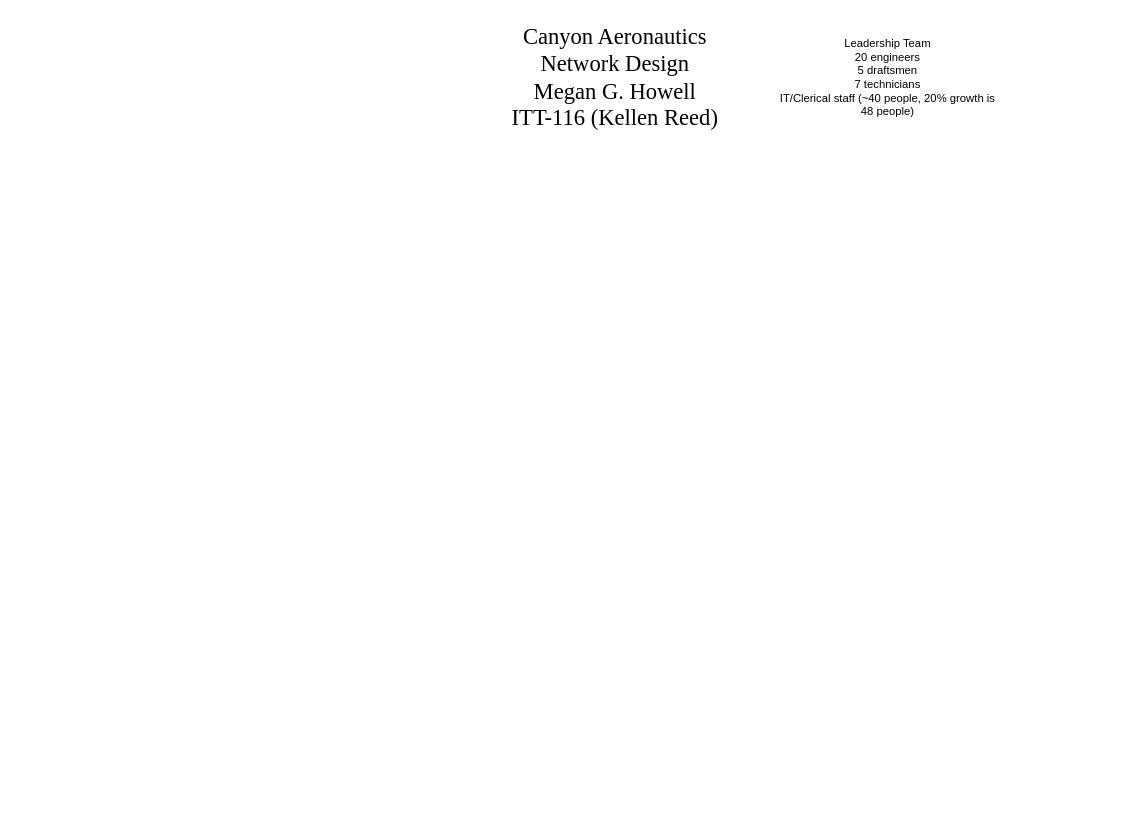
Before: netdiagrams/Untitled Diagram.drawio in cyberqueenmeg/itt-116, a draw.io diagram. Source tidied: cells renumbered, new cells numbered last; positions are measured from the earlier drawing's top-left corner, leaving out a move shared by most shapes. Both pictures are drawn from the tidied source at 94%, with x=0, y=0 at pixel (483, 54).
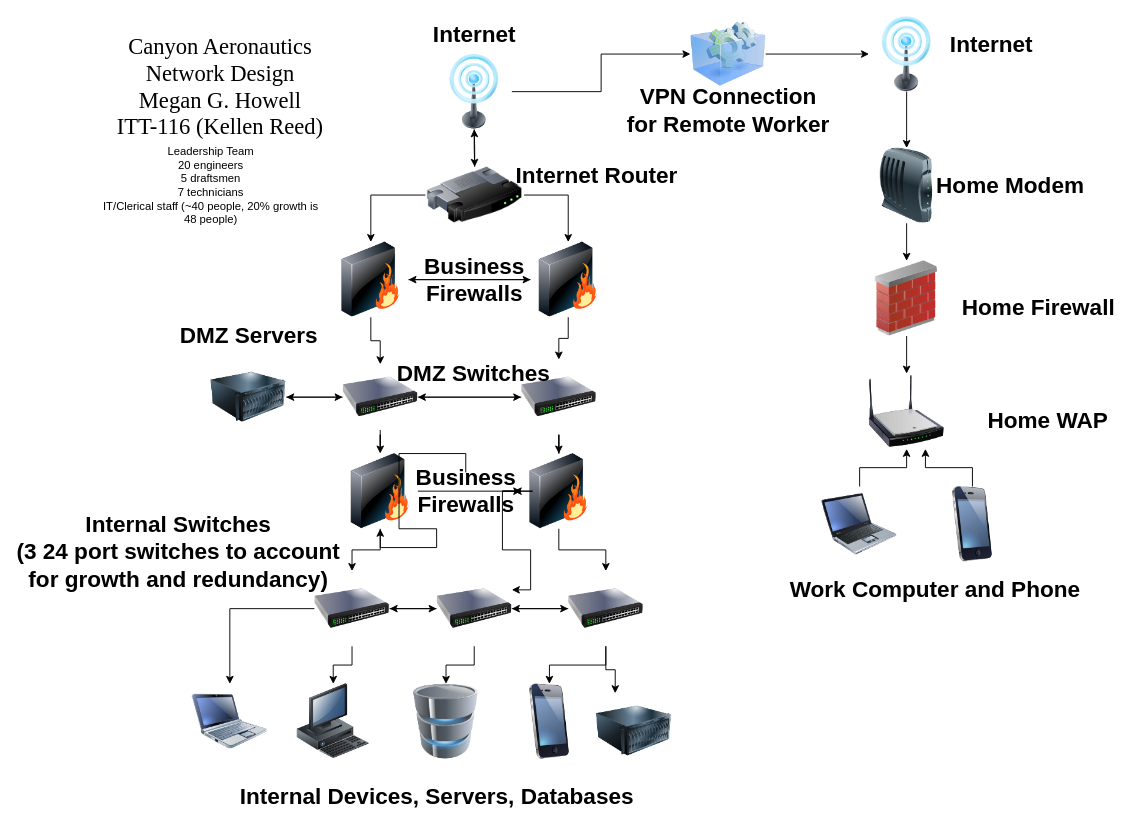
Above is the later version.

What changed in the source:
```diff
@@
     <mxCell id="2" value="&lt;font style=&quot;font-size: 24px;&quot; face=&quot;Times New Roman&quot;&gt;Canyon Aeronautics Network Design&lt;br&gt;Megan G. Howell&lt;br&gt;ITT-116 (Kellen Reed)&lt;/font&gt;" style="text;html=1;strokeColor=none;fillColor=none;align=center;verticalAlign=middle;whiteSpace=wrap;rounded=0;" parent="1" vertex="1">
-      <mxGeometry width="280" height="50" as="geometry" />
+      <mxGeometry x="-420" y="10" width="280" height="50" as="geometry" />
     </mxCell>
     <mxCell id="3" value="Leadership Team&lt;br&gt;20 engineers&lt;br&gt;5 draftsmen&lt;br&gt;7 technicians&lt;br&gt;IT/Clerical staff (~40 people, 20% growth is 48 people)" style="text;html=1;strokeColor=none;fillColor=none;align=center;verticalAlign=middle;whiteSpace=wrap;rounded=0;" parent="1" vertex="1">
-      <mxGeometry x="310" y="10" width="240" height="30" as="geometry" />
+      <mxGeometry x="-410" y="125" width="240" height="30" as="geometry" />
     </mxCell>
+    <mxCell id="4" style="edgeStyle=orthogonalEdgeStyle;rounded=0;jettySize=auto;html=1;entryX=0.5;entryY=1;entryDx=0;entryDy=0;" parent="1" edge="1" source="7" target="22">
+      <mxGeometry relative="1" as="geometry" />
+    </mxCell>
+    <mxCell id="5" style="edgeStyle=orthogonalEdgeStyle;rounded=0;jettySize=auto;html=1;entryX=0.5;entryY=0;entryDx=0;entryDy=0;" parent="1" edge="1" source="7" target="25">
+      <mxGeometry relative="1" as="geometry" />
+    </mxCell>
+    <mxCell id="6" style="edgeStyle=orthogonalEdgeStyle;rounded=0;jettySize=auto;html=1;" parent="1" edge="1" source="7" target="58">
+      <mxGeometry relative="1" as="geometry" />
+    </mxCell>
+    <mxCell id="7" style="image;html=1;image=img/lib/clip_art/networking/Router_128x128.png;" parent="1" vertex="1">
+      <mxGeometry x="-62" y="120" width="105" height="60" as="geometry" />
+    </mxCell>
+    <mxCell id="8" style="edgeStyle=orthogonalEdgeStyle;rounded=0;jettySize=auto;html=1;" parent="1" edge="1" source="11" target="29">
+      <mxGeometry relative="1" as="geometry" />
+    </mxCell>
+    <mxCell id="9" style="edgeStyle=orthogonalEdgeStyle;rounded=0;jettySize=auto;html=1;" parent="1" edge="1" source="11" target="48">
+      <mxGeometry relative="1" as="geometry" />
+    </mxCell>
+    <mxCell id="10" style="edgeStyle=orthogonalEdgeStyle;rounded=0;jettySize=auto;html=1;" parent="1" edge="1" source="11" target="49">
+      <mxGeometry relative="1" as="geometry" />
+    </mxCell>
+    <mxCell id="11" style="image;html=1;image=img/lib/clip_art/networking/Switch_128x128.png;" parent="1" vertex="1">
+      <mxGeometry x="-180" y="550" width="80" height="80" as="geometry" />
+    </mxCell>
+    <mxCell id="12" style="edgeStyle=orthogonalEdgeStyle;rounded=0;jettySize=auto;html=1;entryX=0.25;entryY=0;entryDx=0;entryDy=0;" parent="1" edge="1" source="15" target="52">
+      <mxGeometry relative="1" as="geometry" />
+    </mxCell>
+    <mxCell id="13" style="edgeStyle=orthogonalEdgeStyle;rounded=0;jettySize=auto;html=1;" parent="1" edge="1" source="15" target="29">
+      <mxGeometry relative="1" as="geometry" />
+    </mxCell>
+    <mxCell id="14" style="edgeStyle=orthogonalEdgeStyle;rounded=0;jettySize=auto;html=1;" parent="1" edge="1" source="15" target="51">
+      <mxGeometry relative="1" as="geometry" />
+    </mxCell>
+    <mxCell id="15" style="image;html=1;image=img/lib/clip_art/networking/Switch_128x128.png;" parent="1" vertex="1">
+      <mxGeometry x="90" y="550" width="80" height="80" as="geometry" />
+    </mxCell>
+    <mxCell id="16" style="edgeStyle=orthogonalEdgeStyle;rounded=0;jettySize=auto;html=1;" parent="1" edge="1" source="19" target="55">
+      <mxGeometry relative="1" as="geometry" />
+    </mxCell>
+    <mxCell id="17" style="edgeStyle=orthogonalEdgeStyle;rounded=0;jettySize=auto;html=1;" parent="1" edge="1" source="19" target="34">
+      <mxGeometry relative="1" as="geometry" />
+    </mxCell>
+    <mxCell id="18" style="edgeStyle=orthogonalEdgeStyle;rounded=0;jettySize=auto;html=1;" parent="1" edge="1" source="19" target="32">
+      <mxGeometry relative="1" as="geometry" />
+    </mxCell>
+    <mxCell id="19" style="image;html=1;image=img/lib/clip_art/networking/Switch_128x128.png;" parent="1" vertex="1">
+      <mxGeometry x="-150" y="330" width="80" height="70" as="geometry" />
+    </mxCell>
+    <mxCell id="20" style="edgeStyle=orthogonalEdgeStyle;rounded=0;jettySize=auto;html=1;entryX=0.5;entryY=0;entryDx=0;entryDy=0;" parent="1" edge="1" source="22" target="7">
+      <mxGeometry relative="1" as="geometry" />
+    </mxCell>
+    <mxCell id="21" style="edgeStyle=orthogonalEdgeStyle;rounded=0;jettySize=auto;html=1;" parent="1" edge="1" source="22" target="36">
+      <mxGeometry relative="1" as="geometry" />
+    </mxCell>
+    <mxCell id="22" style="image;html=1;image=img/lib/clip_art/telecommunication/Signal_tower_on_128x128.png;" parent="1" vertex="1">
+      <mxGeometry x="-50" width="80" height="80" as="geometry" />
+    </mxCell>
+    <mxCell id="23" style="edgeStyle=orthogonalEdgeStyle;rounded=0;jettySize=auto;html=1;" parent="1" edge="1" source="25" target="19">
+      <mxGeometry relative="1" as="geometry" />
+    </mxCell>
+    <mxCell id="24" style="edgeStyle=orthogonalEdgeStyle;rounded=0;jettySize=auto;html=1;" parent="1" edge="1" source="25" target="58">
+      <mxGeometry relative="1" as="geometry" />
+    </mxCell>
+    <mxCell id="25" style="image;html=1;image=img/lib/clip_art/networking/Firewall_128x128.png;" parent="1" vertex="1">
+      <mxGeometry x="-160" y="200" width="80" height="80" as="geometry" />
+    </mxCell>
+    <mxCell id="26" style="edgeStyle=orthogonalEdgeStyle;rounded=0;jettySize=auto;html=1;" parent="1" edge="1" source="29" target="15">
+      <mxGeometry relative="1" as="geometry" />
+    </mxCell>
+    <mxCell id="27" style="edgeStyle=orthogonalEdgeStyle;rounded=0;jettySize=auto;html=1;" parent="1" edge="1" source="29" target="11">
+      <mxGeometry relative="1" as="geometry" />
+    </mxCell>
+    <mxCell id="28" style="edgeStyle=orthogonalEdgeStyle;rounded=0;jettySize=auto;html=1;" parent="1" edge="1" source="29" target="50">
+      <mxGeometry relative="1" as="geometry" />
+    </mxCell>
+    <mxCell id="29" style="image;html=1;image=img/lib/clip_art/networking/Switch_128x128.png;" parent="1" vertex="1">
+      <mxGeometry x="-50" y="550" width="80" height="80" as="geometry" />
+    </mxCell>
+    <mxCell id="30" style="edgeStyle=orthogonalEdgeStyle;rounded=0;jettySize=auto;html=1;" parent="1" edge="1" source="32" target="62">
+      <mxGeometry relative="1" as="geometry" />
+    </mxCell>
+    <mxCell id="31" style="edgeStyle=orthogonalEdgeStyle;rounded=0;jettySize=auto;html=1;" parent="1" edge="1" source="32" target="11">
+      <mxGeometry relative="1" as="geometry" />
+    </mxCell>
+    <mxCell id="32" style="image;html=1;image=img/lib/clip_art/networking/Firewall_128x128.png;" parent="1" vertex="1">
+      <mxGeometry x="-150" y="425" width="80" height="80" as="geometry" />
+    </mxCell>
+    <mxCell id="33" style="edgeStyle=orthogonalEdgeStyle;rounded=0;jettySize=auto;html=1;" parent="1" edge="1" source="34" target="19">
+      <mxGeometry relative="1" as="geometry" />
+    </mxCell>
+    <mxCell id="34" style="image;html=1;image=img/lib/clip_art/computers/Server_128x128.png;" parent="1" vertex="1">
+      <mxGeometry x="-290" y="325" width="80" height="80" as="geometry" />
+    </mxCell>
+    <mxCell id="35" style="edgeStyle=orthogonalEdgeStyle;rounded=0;jettySize=auto;html=1;entryX=0;entryY=0.5;entryDx=0;entryDy=0;" parent="1" edge="1" source="36" target="38">
+      <mxGeometry relative="1" as="geometry" />
+    </mxCell>
+    <mxCell id="36" style="image;html=1;image=img/lib/clip_art/computers/Virtual_Application_128x128.png;" parent="1" vertex="1">
+      <mxGeometry x="220" y="-40" width="80" height="80" as="geometry" />
+    </mxCell>
+    <mxCell id="37" style="edgeStyle=orthogonalEdgeStyle;rounded=0;jettySize=auto;html=1;entryX=0.5;entryY=0;entryDx=0;entryDy=0;" parent="1" edge="1" source="38" target="40">
+      <mxGeometry relative="1" as="geometry" />
+    </mxCell>
+    <mxCell id="38" style="image;html=1;image=img/lib/clip_art/telecommunication/Signal_tower_on_128x128.png;" parent="1" vertex="1">
+      <mxGeometry x="410" y="-40" width="80" height="80" as="geometry" />
+    </mxCell>
+    <mxCell id="39" style="edgeStyle=orthogonalEdgeStyle;rounded=0;jettySize=auto;html=1;" parent="1" edge="1" source="40" target="42">
+      <mxGeometry relative="1" as="geometry" />
+    </mxCell>
+    <mxCell id="40" style="image;html=1;image=img/lib/clip_art/networking/Modem_128x128.png;" parent="1" vertex="1">
+      <mxGeometry x="410" y="100" width="80" height="80" as="geometry" />
+    </mxCell>
+    <mxCell id="41" style="edgeStyle=orthogonalEdgeStyle;rounded=0;jettySize=auto;html=1;" parent="1" edge="1" source="42" target="43">
+      <mxGeometry relative="1" as="geometry" />
+    </mxCell>
+    <mxCell id="42" style="image;html=1;image=img/lib/clip_art/networking/Firewall_02_128x128.png;" parent="1" vertex="1">
+      <mxGeometry x="410" y="220" width="80" height="80" as="geometry" />
+    </mxCell>
+    <mxCell id="43" style="image;html=1;image=img/lib/clip_art/networking/Wireless_Router_N_128x128.png;" parent="1" vertex="1">
+      <mxGeometry x="410" y="340" width="80" height="80" as="geometry" />
+    </mxCell>
+    <mxCell id="44" style="edgeStyle=orthogonalEdgeStyle;rounded=0;jettySize=auto;html=1;" parent="1" edge="1" source="45" target="43">
+      <mxGeometry relative="1" as="geometry" />
+    </mxCell>
+    <mxCell id="45" style="image;html=1;image=img/lib/clip_art/computers/Laptop_128x128.png;" parent="1" vertex="1">
+      <mxGeometry x="360" y="460" width="80" height="80" as="geometry" />
+    </mxCell>
+    <mxCell id="46" style="edgeStyle=orthogonalEdgeStyle;rounded=0;jettySize=auto;html=1;entryX=0.75;entryY=1;entryDx=0;entryDy=0;" parent="1" edge="1" source="47" target="43">
+      <mxGeometry relative="1" as="geometry" />
+    </mxCell>
+    <mxCell id="47" style="image;html=1;image=img/lib/clip_art/telecommunication/iPhone_128x128.png;" parent="1" vertex="1">
+      <mxGeometry x="480" y="460" width="80" height="80" as="geometry" />
+    </mxCell>
+    <mxCell id="48" style="image;html=1;image=img/lib/clip_art/computers/Netbook_128x128.png;" parent="1" vertex="1">
+      <mxGeometry x="-310" y="670" width="80" height="80" as="geometry" />
+    </mxCell>
+    <mxCell id="49" style="image;html=1;image=img/lib/clip_art/computers/Workstation_128x128.png;" parent="1" vertex="1">
+      <mxGeometry x="-200" y="670" width="80" height="80" as="geometry" />
+    </mxCell>
+    <mxCell id="50" style="image;html=1;image=img/lib/clip_art/computers/Database_128x128.png;" parent="1" vertex="1">
+      <mxGeometry x="-80" y="670" width="80" height="80" as="geometry" />
+    </mxCell>
+    <mxCell id="51" style="image;html=1;image=img/lib/clip_art/telecommunication/iPhone_128x128.png;" parent="1" vertex="1">
+      <mxGeometry x="30" y="670" width="80" height="80" as="geometry" />
+    </mxCell>
+    <mxCell id="52" style="image;html=1;image=img/lib/clip_art/computers/Server_128x128.png;" parent="1" vertex="1">
+      <mxGeometry x="120" y="680" width="80" height="80" as="geometry" />
+    </mxCell>
+    <mxCell id="53" style="edgeStyle=orthogonalEdgeStyle;rounded=0;jettySize=auto;html=1;" parent="1" edge="1" source="55" target="19">
+      <mxGeometry relative="1" as="geometry" />
+    </mxCell>
+    <mxCell id="54" style="edgeStyle=orthogonalEdgeStyle;rounded=0;jettySize=auto;html=1;" parent="1" edge="1" source="55" target="62">
+      <mxGeometry relative="1" as="geometry" />
+    </mxCell>
+    <mxCell id="55" style="image;html=1;image=img/lib/clip_art/networking/Switch_128x128.png;" parent="1" vertex="1">
+      <mxGeometry x="40" y="325" width="80" height="80" as="geometry" />
+    </mxCell>
+    <mxCell id="56" style="edgeStyle=orthogonalEdgeStyle;rounded=0;jettySize=auto;html=1;" parent="1" edge="1" source="58" target="55">
+      <mxGeometry relative="1" as="geometry" />
+    </mxCell>
+    <mxCell id="57" style="edgeStyle=orthogonalEdgeStyle;rounded=0;jettySize=auto;html=1;" parent="1" edge="1" source="58" target="25">
+      <mxGeometry relative="1" as="geometry" />
+    </mxCell>
+    <mxCell id="58" style="image;html=1;image=img/lib/clip_art/networking/Firewall_128x128.png;" parent="1" vertex="1">
+      <mxGeometry x="50" y="200" width="80" height="80" as="geometry" />
+    </mxCell>
+    <mxCell id="59" style="edgeStyle=orthogonalEdgeStyle;rounded=0;jettySize=auto;html=1;" parent="1" edge="1" source="68" target="32">
+      <mxGeometry relative="1" as="geometry" />
+    </mxCell>
+    <mxCell id="60" style="edgeStyle=orthogonalEdgeStyle;rounded=0;jettySize=auto;html=1;" parent="1" edge="1" source="62" target="15">
+      <mxGeometry relative="1" as="geometry" />
+    </mxCell>
+    <mxCell id="61" style="edgeStyle=orthogonalEdgeStyle;rounded=0;jettySize=auto;html=1;entryX=1;entryY=0.25;entryDx=0;entryDy=0;" parent="1" edge="1" source="62" target="29">
+      <mxGeometry relative="1" as="geometry" />
+    </mxCell>
+    <mxCell id="62" style="image;html=1;image=img/lib/clip_art/networking/Firewall_128x128.png;" parent="1" vertex="1">
+      <mxGeometry x="40" y="425" width="80" height="80" as="geometry" />
+    </mxCell>
+    <mxCell id="63" value="VPN Connection&lt;br&gt;for Remote Worker" style="text;strokeColor=none;fillColor=none;html=1;fontSize=24;fontStyle=1;verticalAlign=middle;align=center;" parent="1" vertex="1">
+      <mxGeometry x="210" y="40" width="100" height="40" as="geometry" />
+    </mxCell>
+    <mxCell id="64" value="Internet" style="text;strokeColor=none;fillColor=none;html=1;fontSize=24;fontStyle=1;verticalAlign=middle;align=center;" parent="1" vertex="1">
+      <mxGeometry x="-60" y="-40" width="100" height="40" as="geometry" />
+    </mxCell>
+    <mxCell id="65" value="Internet" style="text;strokeColor=none;fillColor=none;html=1;fontSize=24;fontStyle=1;verticalAlign=middle;align=center;" parent="1" vertex="1">
+      <mxGeometry x="490" y="-20" width="100" height="20" as="geometry" />
+    </mxCell>
+    <mxCell id="66" value="Business &lt;br&gt;Firewalls" style="text;strokeColor=none;fillColor=none;html=1;fontSize=24;fontStyle=1;verticalAlign=middle;align=center;" parent="1" vertex="1">
+      <mxGeometry x="-61" y="220" width="102" height="40" as="geometry" />
+    </mxCell>
+    <mxCell id="67" style="edgeStyle=orthogonalEdgeStyle;rounded=0;jettySize=auto;html=1;" parent="1" edge="1" source="62" target="68">
+      <mxGeometry relative="1" as="geometry" />
+    </mxCell>
+    <mxCell id="68" value="Business &lt;br&gt;Firewalls" style="text;strokeColor=none;fillColor=none;html=1;fontSize=24;fontStyle=1;verticalAlign=middle;align=center;" parent="1" vertex="1">
+      <mxGeometry x="-70" y="445" width="102" height="40" as="geometry" />
+    </mxCell>
+    <mxCell id="69" value="DMZ Switches" style="text;strokeColor=none;fillColor=none;html=1;fontSize=24;fontStyle=1;verticalAlign=middle;align=center;" parent="1" vertex="1">
+      <mxGeometry x="-61" y="320" width="100" height="40" as="geometry" />
+    </mxCell>
+    <mxCell id="70" value="Internet Router" style="text;strokeColor=none;fillColor=none;html=1;fontSize=24;fontStyle=1;verticalAlign=middle;align=center;" parent="1" vertex="1">
+      <mxGeometry x="70" y="110" width="100" height="40" as="geometry" />
+    </mxCell>
+    <mxCell id="71" value="Internal Switches &lt;br&gt;(3 24 port switches to account &lt;br&gt;for growth and redundancy)" style="text;strokeColor=none;fillColor=none;html=1;fontSize=24;fontStyle=1;verticalAlign=middle;align=center;" parent="1" vertex="1">
+      <mxGeometry x="-410" y="485" width="170" height="90" as="geometry" />
+    </mxCell>
+    <mxCell id="72" value="DMZ Servers" style="text;strokeColor=none;fillColor=none;html=1;fontSize=24;fontStyle=1;verticalAlign=middle;align=center;" parent="1" vertex="1">
+      <mxGeometry x="-300" y="280" width="100" height="40" as="geometry" />
+    </mxCell>
+    <mxCell id="73" value="Home Modem" style="text;strokeColor=none;fillColor=none;html=1;fontSize=24;fontStyle=1;verticalAlign=middle;align=center;" parent="1" vertex="1">
+      <mxGeometry x="510" y="120" width="100" height="40" as="geometry" />
+    </mxCell>
+    <mxCell id="74" value="Internal Devices, Servers, Databases&lt;br&gt;" style="text;strokeColor=none;fillColor=none;html=1;fontSize=24;fontStyle=1;verticalAlign=middle;align=center;" parent="1" vertex="1">
+      <mxGeometry x="-100" y="770" width="100" height="40" as="geometry" />
+    </mxCell>
+    <mxCell id="75" value="Home Firewall" style="text;strokeColor=none;fillColor=none;html=1;fontSize=24;fontStyle=1;verticalAlign=middle;align=center;" parent="1" vertex="1">
+      <mxGeometry x="540" y="250" width="100" height="40" as="geometry" />
+    </mxCell>
+    <mxCell id="76" value="Home WAP" style="text;strokeColor=none;fillColor=none;html=1;fontSize=24;fontStyle=1;verticalAlign=middle;align=center;" parent="1" vertex="1">
+      <mxGeometry x="550" y="370" width="100" height="40" as="geometry" />
+    </mxCell>
+    <mxCell id="77" value="Work Computer and Phone" style="text;strokeColor=none;fillColor=none;html=1;fontSize=24;fontStyle=1;verticalAlign=middle;align=center;" parent="1" vertex="1">
+      <mxGeometry x="430" y="550" width="100" height="40" as="geometry" />
+    </mxCell>
```
